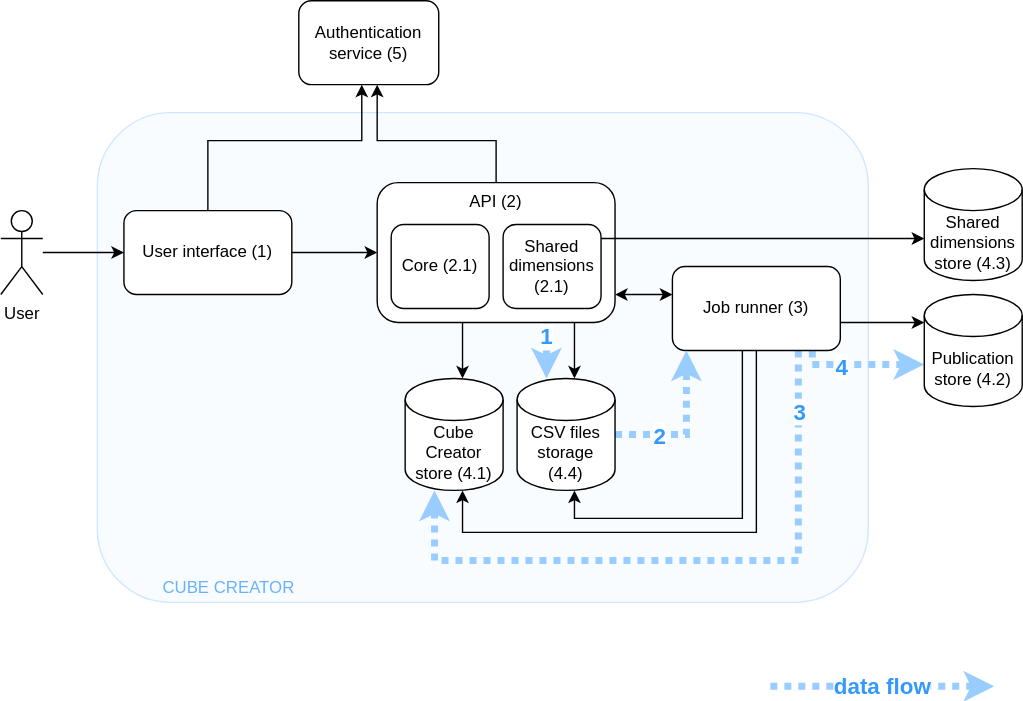
The draw.io diagram docs/high-level-architecture.svg in zazuko/cube-creator, before a commit. Source tidied: cells renumbered, new cells last; positions are measured from the earlier drawing's top-left corner, leaving out a move shared by most shapes.
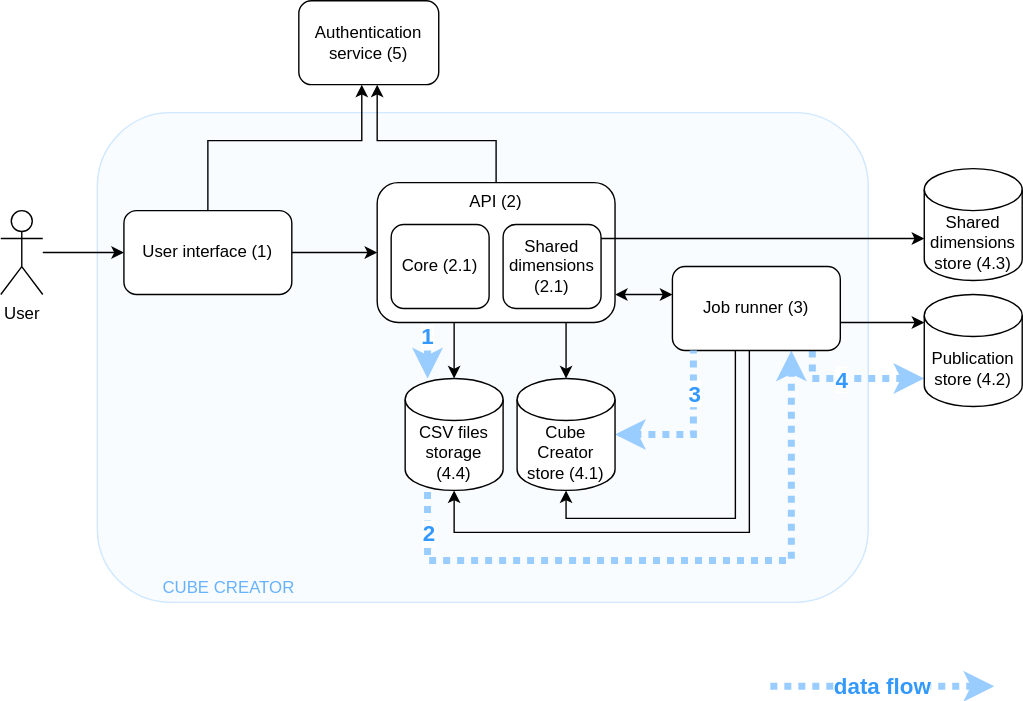
Later version of the same file.

Commit message:
chore: improve data flow arrows

The edit, as a diff of the source:
```diff
@@ -38,42 +38,42 @@
     <mxCell id="8" style="edgeStyle=orthogonalEdgeStyle;rounded=0;jettySize=auto;html=1;startArrow=none;startFill=0;" parent="1" edge="1" source="14" target="31">
       <mxGeometry relative="1" as="geometry">
         <Array as="points">
-          <mxPoint x="530" y="370" />
-          <mxPoint x="410" y="370" />
+          <mxPoint x="525" y="370" />
+          <mxPoint x="404" y="370" />
         </Array>
       </mxGeometry>
     </mxCell>
     <mxCell id="9" style="edgeStyle=orthogonalEdgeStyle;rounded=0;jettySize=auto;html=1;startArrow=none;startFill=0;" parent="1" edge="1" source="14" target="18">
       <mxGeometry relative="1" as="geometry">
         <Array as="points">
-          <mxPoint x="540" y="380" />
-          <mxPoint x="330" y="380" />
+          <mxPoint x="535" y="380" />
+          <mxPoint x="324" y="380" />
         </Array>
       </mxGeometry>
     </mxCell>
-    <mxCell id="10" style="edgeStyle=orthogonalEdgeStyle;rounded=0;jettySize=auto;html=1;dashed=1;startArrow=none;startFill=0;strokeWidth=5;strokeColor=#99CCFF;dashPattern=1 1;" parent="1" edge="1" source="14" target="18">
+    <mxCell id="10" style="edgeStyle=orthogonalEdgeStyle;rounded=0;jettySize=auto;html=1;dashed=1;startArrow=classic;startFill=1;strokeWidth=5;strokeColor=#99CCFF;dashPattern=1 1;endArrow=none;endFill=0;" parent="1" edge="1" source="14" target="18">
       <mxGeometry relative="1" as="geometry">
         <Array as="points">
-          <mxPoint x="570" y="400" />
-          <mxPoint x="310" y="400" />
+          <mxPoint x="565" y="400" />
+          <mxPoint x="305" y="400" />
         </Array>
       </mxGeometry>
     </mxCell>
-    <mxCell id="11" value="3" style="edgeLabel;html=1;align=center;verticalAlign=middle;fontSize=16;fontColor=#3399FF;fontStyle=1;rotation=0;" parent="10" vertex="1">
+    <mxCell id="11" value="2" style="edgeLabel;html=1;align=center;verticalAlign=middle;fontSize=16;fontColor=#3399FF;fontStyle=1;rotation=0;" parent="10" vertex="1">
       <mxGeometry x="-0.36" y="-3" relative="1" as="geometry">
-        <mxPoint x="3" y="-105" as="offset" />
+        <mxPoint x="-257" y="-18" as="offset" />
       </mxGeometry>
     </mxCell>
     <mxCell id="12" style="edgeStyle=orthogonalEdgeStyle;rounded=0;jettySize=auto;html=1;dashed=1;startArrow=none;startFill=0;strokeWidth=5;strokeColor=#99CCFF;dashPattern=1 1;" parent="1" edge="1" source="14" target="19">
       <mxGeometry relative="1" as="geometry">
         <Array as="points">
-          <mxPoint x="580" y="260" />
+          <mxPoint x="580" y="270" />
         </Array>
       </mxGeometry>
     </mxCell>
     <mxCell id="13" value="4" style="edgeLabel;html=1;align=center;verticalAlign=middle;fontSize=16;fontColor=#3399FF;fontStyle=1;" parent="12" vertex="1">
       <mxGeometry x="-0.01" y="-1" relative="1" as="geometry">
-        <mxPoint x="-14" as="offset" />
+        <mxPoint x="-9" y="-1" as="offset" />
       </mxGeometry>
     </mxCell>
     <mxCell id="14" value="Job runner (3)" style="rounded=1;whiteSpace=wrap;html=1;" parent="1" vertex="1">
@@ -88,7 +88,7 @@
     <mxCell id="17" value="Authentication service (5)" style="rounded=1;whiteSpace=wrap;html=1;" parent="1" vertex="1">
       <mxGeometry x="213" width="100" height="60" as="geometry" />
     </mxCell>
-    <mxCell id="18" value="Cube Creator store (4.1)" style="shape=cylinder3;whiteSpace=wrap;html=1;boundedLbl=1;backgroundOutline=1;size=15;" parent="1" vertex="1">
+    <mxCell id="18" value="CSV files storage (4.4)" style="shape=cylinder3;whiteSpace=wrap;html=1;boundedLbl=1;backgroundOutline=1;size=15;" parent="1" vertex="1">
       <mxGeometry x="289" y="270" width="70" height="80" as="geometry" />
     </mxCell>
     <mxCell id="19" value="Publication store (4.2)" style="shape=cylinder3;whiteSpace=wrap;html=1;boundedLbl=1;backgroundOutline=1;size=15;" parent="1" vertex="1">
@@ -100,16 +100,16 @@
     <mxCell id="21" style="edgeStyle=orthogonalEdgeStyle;rounded=0;jettySize=auto;html=1;" parent="1" edge="1" source="25" target="18">
       <mxGeometry relative="1" as="geometry">
         <Array as="points">
-          <mxPoint x="330" y="250" />
-          <mxPoint x="330" y="250" />
+          <mxPoint x="324" y="250" />
+          <mxPoint x="324" y="250" />
         </Array>
       </mxGeometry>
     </mxCell>
     <mxCell id="22" style="edgeStyle=orthogonalEdgeStyle;rounded=0;jettySize=auto;html=1;" parent="1" edge="1" source="25" target="31">
       <mxGeometry relative="1" as="geometry">
         <Array as="points">
-          <mxPoint x="410" y="250" />
-          <mxPoint x="410" y="250" />
+          <mxPoint x="404" y="250" />
+          <mxPoint x="404" y="250" />
         </Array>
       </mxGeometry>
     </mxCell>
@@ -121,11 +121,11 @@
         </Array>
       </mxGeometry>
     </mxCell>
-    <mxCell id="24" value="1" style="edgeStyle=orthogonalEdgeStyle;rounded=0;jettySize=auto;html=1;startArrow=none;startFill=0;dashed=1;strokeWidth=5;fontStyle=1;fontSize=16;fontColor=#3399FF;strokeColor=#99CCFF;dashPattern=1 1;" parent="1" edge="1" source="25" target="31">
+    <mxCell id="24" value="1" style="edgeStyle=orthogonalEdgeStyle;rounded=0;jettySize=auto;html=1;startArrow=none;startFill=0;dashed=1;strokeWidth=5;fontStyle=1;fontSize=16;fontColor=#3399FF;strokeColor=#99CCFF;dashPattern=1 1;" parent="1" edge="1" source="25" target="18">
       <mxGeometry x="-0.5" relative="1" as="geometry">
         <Array as="points">
-          <mxPoint x="390" y="240" />
-          <mxPoint x="390" y="240" />
+          <mxPoint x="305" y="250" />
+          <mxPoint x="305" y="250" />
         </Array>
       </mxGeometry>
     </mxCell>
@@ -146,19 +146,19 @@
     <mxCell id="28" value="Shared dimensions (2.1)" style="rounded=1;whiteSpace=wrap;html=1;" parent="1" vertex="1">
       <mxGeometry x="359" y="160" width="70" height="60" as="geometry" />
     </mxCell>
-    <mxCell id="29" style="edgeStyle=orthogonalEdgeStyle;rounded=0;jettySize=auto;html=1;dashed=1;startArrow=none;startFill=0;strokeWidth=5;strokeColor=#99CCFF;dashPattern=1 1;" parent="1" edge="1" source="31" target="14">
+    <mxCell id="29" style="edgeStyle=orthogonalEdgeStyle;rounded=0;jettySize=auto;html=1;dashed=1;startArrow=classic;startFill=1;strokeWidth=5;strokeColor=#99CCFF;dashPattern=1 1;endArrow=none;endFill=0;" parent="1" edge="1" source="31" target="14">
       <mxGeometry relative="1" as="geometry">
         <Array as="points">
-          <mxPoint x="490" y="310" />
+          <mxPoint x="495" y="310" />
         </Array>
       </mxGeometry>
     </mxCell>
-    <mxCell id="30" value="2" style="edgeLabel;html=1;align=center;verticalAlign=middle;fontSize=16;fontColor=#3399FF;fontStyle=1;" parent="29" vertex="1">
+    <mxCell id="30" value="3" style="edgeLabel;html=1;align=center;verticalAlign=middle;fontSize=16;fontColor=#3399FF;fontStyle=1;" parent="29" vertex="1">
       <mxGeometry x="-0.66" y="-2" relative="1" as="geometry">
-        <mxPoint x="12" y="-2" as="offset" />
+        <mxPoint x="37" y="-32" as="offset" />
       </mxGeometry>
     </mxCell>
-    <mxCell id="31" value="CSV files storage (4.4)" style="shape=cylinder3;whiteSpace=wrap;html=1;boundedLbl=1;backgroundOutline=1;size=15;" parent="1" vertex="1">
+    <mxCell id="31" value="Cube Creator store (4.1)" style="shape=cylinder3;whiteSpace=wrap;html=1;boundedLbl=1;backgroundOutline=1;size=15;" parent="1" vertex="1">
       <mxGeometry x="369" y="270" width="70" height="80" as="geometry" />
     </mxCell>
     <mxCell id="32" value="data flow" style="endArrow=classic;html=1;dashed=1;strokeColor=#99CCFF;strokeWidth=5;fontSize=16;fontColor=#3399FF;fontStyle=1;dashPattern=1 1;" parent="1" edge="1">
```
